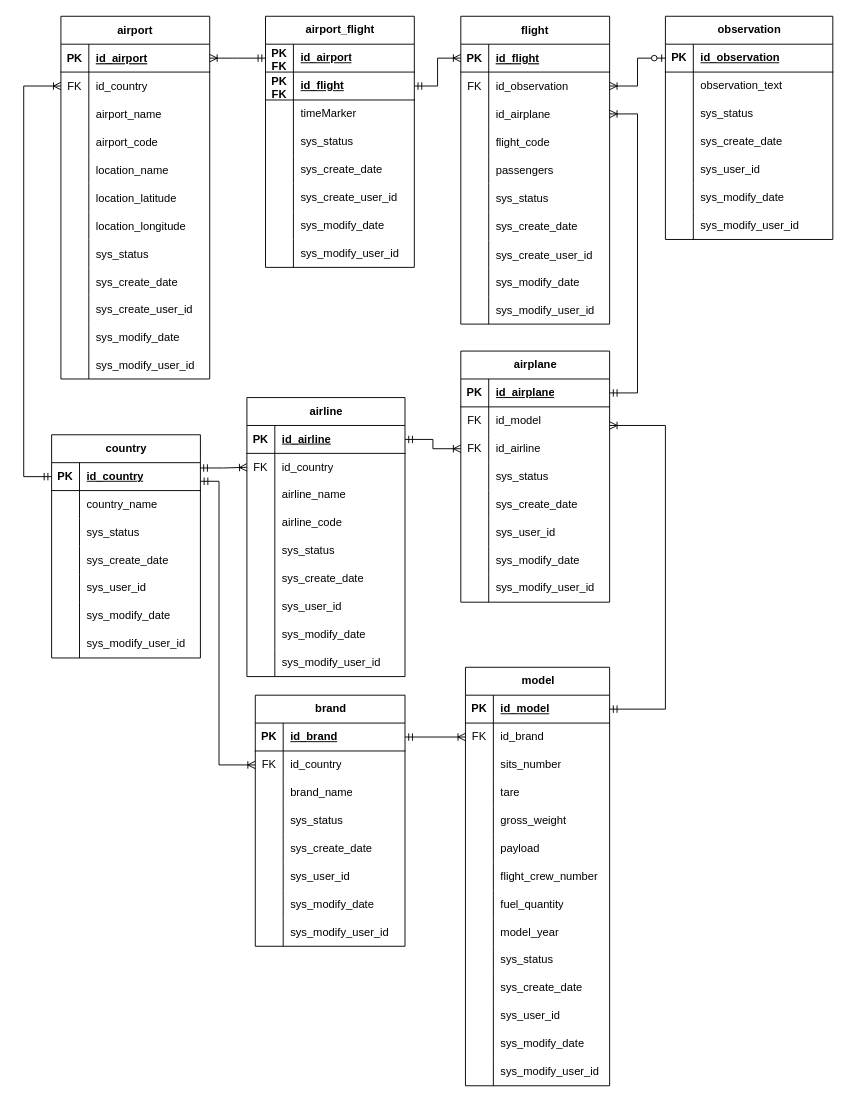
DanielDuarte-Developer/ProjetoBDFlightRadar keeps this draw.io diagram as DER FlightRadar.drawio. Above is the earlier version. Source tidied: cells renumbered, new cells numbered last; positions are measured from the earlier drawing's top-left corner, leaving out a move shared by most shapes. Both pictures are drawn from the tidied source at 93%, with x=0, y=0 at pixel (23, 16).
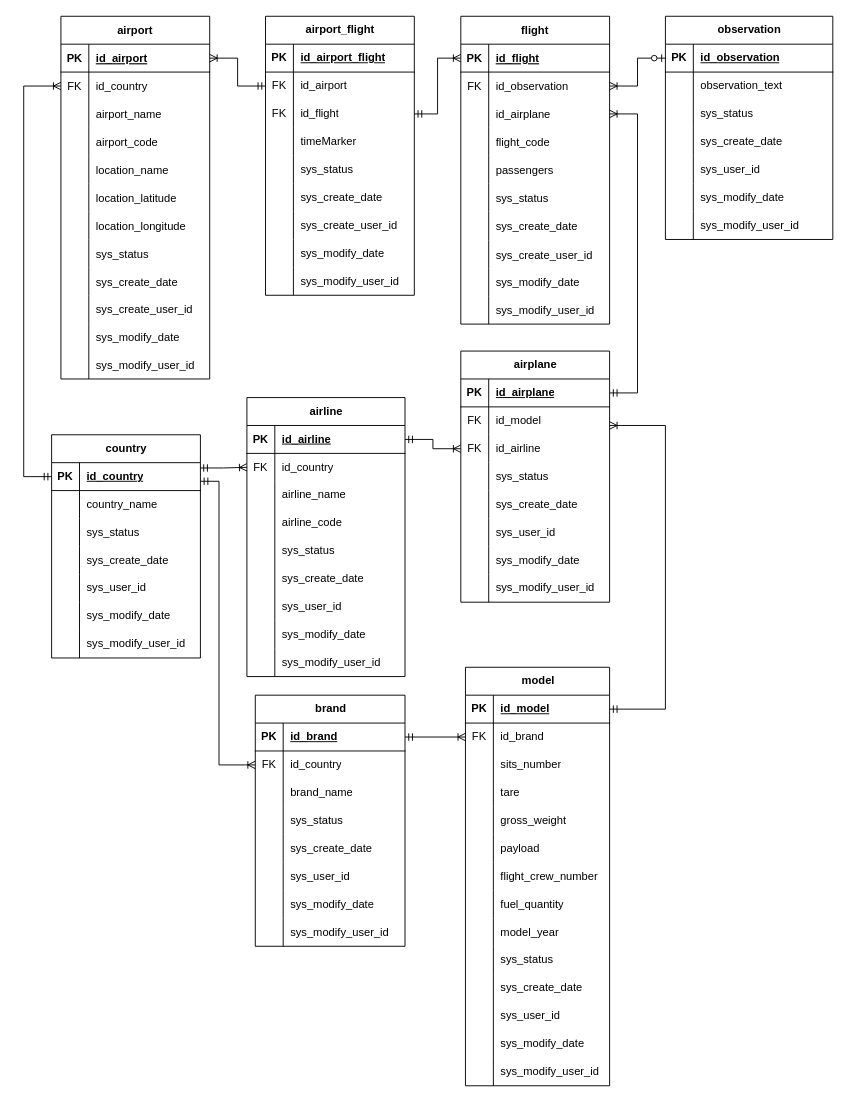
After the change.

Commit message:
Updated the diagram to conform with the script present in the init

Unchanged cells that the change refers to:
```xml
<mxCell id="3" style="shape=partialRectangle;fillColor=none;points=[[0,0.5],[1,0.5]];portConstraint=eastwest;top=0;left=0;right=0;bottom=1;" parent="2" vertex="1">
  <mxGeometry y="30" width="160" height="30" as="geometry" />
</mxCell>
<mxCell id="34" style="shape=partialRectangle;fillColor=none;points=[[0,0.5],[1,0.5]];portConstraint=eastwest;top=0;left=0;right=0;bottom=1;" parent="33" vertex="1">
  <mxGeometry y="30" width="160" height="30" as="geometry" />
</mxCell>
<mxCell id="214" style="shape=tableRow;horizontal=0;startSize=0;swimlaneHead=0;swimlaneBody=0;fillColor=none;points=[[0,0.5],[1,0.5]];portConstraint=eastwest;top=0;left=0;right=0;bottom=1;" parent="213" vertex="1">
  <mxGeometry y="30" width="160" height="30" as="geometry" />
</mxCell>
```

Change to the diagram source:
```diff
@@
     <mxCell id="213" value="airport_flight" style="shape=table;startSize=30;childLayout=tableLayout;rowLines=0;fontStyle=1;align=center;html=1;" parent="1" vertex="1">
-      <mxGeometry x="260" width="160" height="270" as="geometry" />
+      <mxGeometry x="260" width="160" height="300" as="geometry" />
     </mxCell>
@@
-    <mxCell id="215" value="PK FK" style="shape=partialRectangle;fillColor=none;top=0;left=0;bottom=0;right=0;fontStyle=1;overflow=hidden;whiteSpace=wrap;html=1;" parent="214" vertex="1">
+    <mxCell id="215" value="PK" style="shape=partialRectangle;fillColor=none;top=0;left=0;bottom=0;right=0;fontStyle=1;overflow=hidden;whiteSpace=wrap;html=1;" parent="214" vertex="1">
       <mxGeometry width="30" height="30" as="geometry" />
     </mxCell>
-    <mxCell id="216" value="id_airport" style="shape=partialRectangle;fillColor=none;top=0;left=0;bottom=0;right=0;align=left;spacingLeft=6;fontStyle=5;overflow=hidden;whiteSpace=wrap;html=1;" parent="214" vertex="1">
+    <mxCell id="216" value="id_airport_flight" style="shape=partialRectangle;fillColor=none;top=0;left=0;bottom=0;right=0;align=left;spacingLeft=6;fontStyle=5;overflow=hidden;whiteSpace=wrap;html=1;" parent="214" vertex="1">
       <mxGeometry x="30" width="130" height="30" as="geometry" />
     </mxCell>
-    <mxCell id="217" style="shape=tableRow;horizontal=0;startSize=0;swimlaneHead=0;swimlaneBody=0;fillColor=none;points=[[0,0.5],[1,0.5]];portConstraint=eastwest;top=0;left=0;right=0;bottom=1;" parent="213" vertex="1">
-      <mxGeometry y="60" width="160" height="30" as="geometry" />
-    </mxCell>
-    <mxCell id="218" value="&lt;div&gt;PK FK&lt;/div&gt;" style="shape=partialRectangle;fillColor=none;top=0;left=0;bottom=0;right=0;fontStyle=1;overflow=hidden;whiteSpace=wrap;html=1;" parent="217" vertex="1">
-      <mxGeometry width="30" height="30" as="geometry" />
-    </mxCell>
-    <mxCell id="219" value="id_flight" style="shape=partialRectangle;fillColor=none;top=0;left=0;bottom=0;right=0;align=left;spacingLeft=6;fontStyle=5;overflow=hidden;whiteSpace=wrap;html=1;" parent="217" vertex="1">
-      <mxGeometry x="30" width="130" height="30" as="geometry" />
-    </mxCell>
     <mxCell id="220" style="shape=tableRow;horizontal=0;startSize=0;swimlaneHead=0;swimlaneBody=0;fillColor=none;points=[[0,0.5],[1,0.5]];portConstraint=eastwest;top=0;left=0;right=0;bottom=0;" parent="213" vertex="1">
-      <mxGeometry y="90" width="160" height="30" as="geometry" />
+      <mxGeometry y="60" width="160" height="30" as="geometry" />
     </mxCell>
-    <mxCell id="221" style="shape=partialRectangle;fillColor=none;top=0;left=0;bottom=0;right=0;overflow=hidden;whiteSpace=wrap;html=1;" parent="220" vertex="1">
+    <mxCell id="221" value="FK" style="shape=partialRectangle;fillColor=none;top=0;left=0;bottom=0;right=0;overflow=hidden;whiteSpace=wrap;html=1;" parent="220" vertex="1">
       <mxGeometry width="30" height="30" as="geometry" />
     </mxCell>
-    <mxCell id="222" value="timeMarker" style="shape=partialRectangle;fillColor=none;top=0;left=0;bottom=0;right=0;align=left;spacingLeft=6;overflow=hidden;whiteSpace=wrap;html=1;" parent="220" vertex="1">
+    <mxCell id="222" value="id_airport" style="shape=partialRectangle;fillColor=none;top=0;left=0;bottom=0;right=0;align=left;spacingLeft=6;overflow=hidden;whiteSpace=wrap;html=1;" parent="220" vertex="1">
       <mxGeometry x="30" width="130" height="30" as="geometry" />
     </mxCell>
+    <mxCell id="270" style="shape=tableRow;horizontal=0;startSize=0;swimlaneHead=0;swimlaneBody=0;fillColor=none;points=[[0,0.5],[1,0.5]];portConstraint=eastwest;top=0;left=0;right=0;bottom=0;" parent="213" vertex="1">
+      <mxGeometry y="90" width="160" height="30" as="geometry" />
+    </mxCell>
+    <mxCell id="271" value="FK" style="shape=partialRectangle;fillColor=none;top=0;left=0;bottom=0;right=0;overflow=hidden;whiteSpace=wrap;html=1;" parent="270" vertex="1">
+      <mxGeometry width="30" height="30" as="geometry" />
+    </mxCell>
+    <mxCell id="219" value="id_flight" style="shape=partialRectangle;fillColor=none;top=0;left=0;bottom=0;right=0;align=left;spacingLeft=6;overflow=hidden;whiteSpace=wrap;html=1;" parent="270" vertex="1">
+      <mxGeometry x="30" width="130" height="30" as="geometry" />
+    </mxCell>
+    <mxCell id="272" style="shape=tableRow;horizontal=0;startSize=0;swimlaneHead=0;swimlaneBody=0;fillColor=none;top=0;left=0;right=0;bottom=0;" parent="213" vertex="1">
+      <mxGeometry y="120" width="160" height="30" as="geometry" />
+    </mxCell>
+    <mxCell id="273" style="shape=partialRectangle;fillColor=none;top=0;left=0;bottom=0;right=0;overflow=hidden;whiteSpace=wrap;html=1;" parent="272" vertex="1">
+      <mxGeometry width="30" height="30" as="geometry" />
+    </mxCell>
+    <mxCell id="274" value="timeMarker" style="shape=partialRectangle;fillColor=none;top=0;left=0;bottom=0;right=0;align=left;spacingLeft=6;overflow=hidden;whiteSpace=wrap;html=1;" parent="272" vertex="1">
+      <mxGeometry x="30" width="130" height="30" as="geometry" />
+    </mxCell>
     <mxCell id="223" style="shape=tableRow;horizontal=0;startSize=0;swimlaneHead=0;swimlaneBody=0;fillColor=none;top=0;left=0;right=0;bottom=0;" parent="213" vertex="1">
-      <mxGeometry y="120" width="160" height="30" as="geometry" />
+      <mxGeometry y="150" width="160" height="30" as="geometry" />
     </mxCell>
@@
     <mxCell id="226" style="shape=tableRow;horizontal=0;startSize=0;swimlaneHead=0;swimlaneBody=0;fillColor=none;top=0;left=0;right=0;bottom=0;" parent="213" vertex="1">
-      <mxGeometry y="150" width="160" height="30" as="geometry" />
+      <mxGeometry y="180" width="160" height="30" as="geometry" />
     </mxCell>
@@
     <mxCell id="229" style="shape=tableRow;horizontal=0;startSize=0;swimlaneHead=0;swimlaneBody=0;fillColor=none;top=0;left=0;right=0;bottom=0;" parent="213" vertex="1">
-      <mxGeometry y="180" width="160" height="30" as="geometry" />
+      <mxGeometry y="210" width="160" height="30" as="geometry" />
     </mxCell>
@@
     <mxCell id="232" style="shape=tableRow;horizontal=0;startSize=0;swimlaneHead=0;swimlaneBody=0;fillColor=none;top=0;left=0;right=0;bottom=0;" parent="213" vertex="1">
-      <mxGeometry y="210" width="160" height="30" as="geometry" />
+      <mxGeometry y="240" width="160" height="30" as="geometry" />
     </mxCell>
@@
     <mxCell id="235" style="shape=tableRow;horizontal=0;startSize=0;swimlaneHead=0;swimlaneBody=0;fillColor=none;top=0;left=0;right=0;bottom=0;" parent="213" vertex="1">
-      <mxGeometry y="240" width="160" height="30" as="geometry" />
+      <mxGeometry y="270" width="160" height="30" as="geometry" />
     </mxCell>
@@
-    <mxCell id="238" style="fontSize=12;html=1;endArrow=ERoneToMany;startArrow=ERmandOne;rounded=0;edgeStyle=orthogonalEdgeStyle;" parent="1" edge="1" source="217" target="3">
+    <mxCell id="238" style="fontSize=12;html=1;endArrow=ERoneToMany;startArrow=ERmandOne;rounded=0;edgeStyle=orthogonalEdgeStyle;" parent="1" edge="1" source="270" target="3">
       <mxGeometry relative="1" as="geometry" />
     </mxCell>
-    <mxCell id="239" style="edgeStyle=entityRelationEdgeStyle;fontSize=12;html=1;endArrow=ERoneToMany;startArrow=ERmandOne;rounded=0;" parent="1" edge="1" source="214" target="34">
+    <mxCell id="239" style="edgeStyle=entityRelationEdgeStyle;fontSize=12;html=1;endArrow=ERoneToMany;startArrow=ERmandOne;rounded=0;" parent="1" edge="1" source="220" target="34">
       <mxGeometry relative="1" as="geometry" />
     </mxCell>
```
